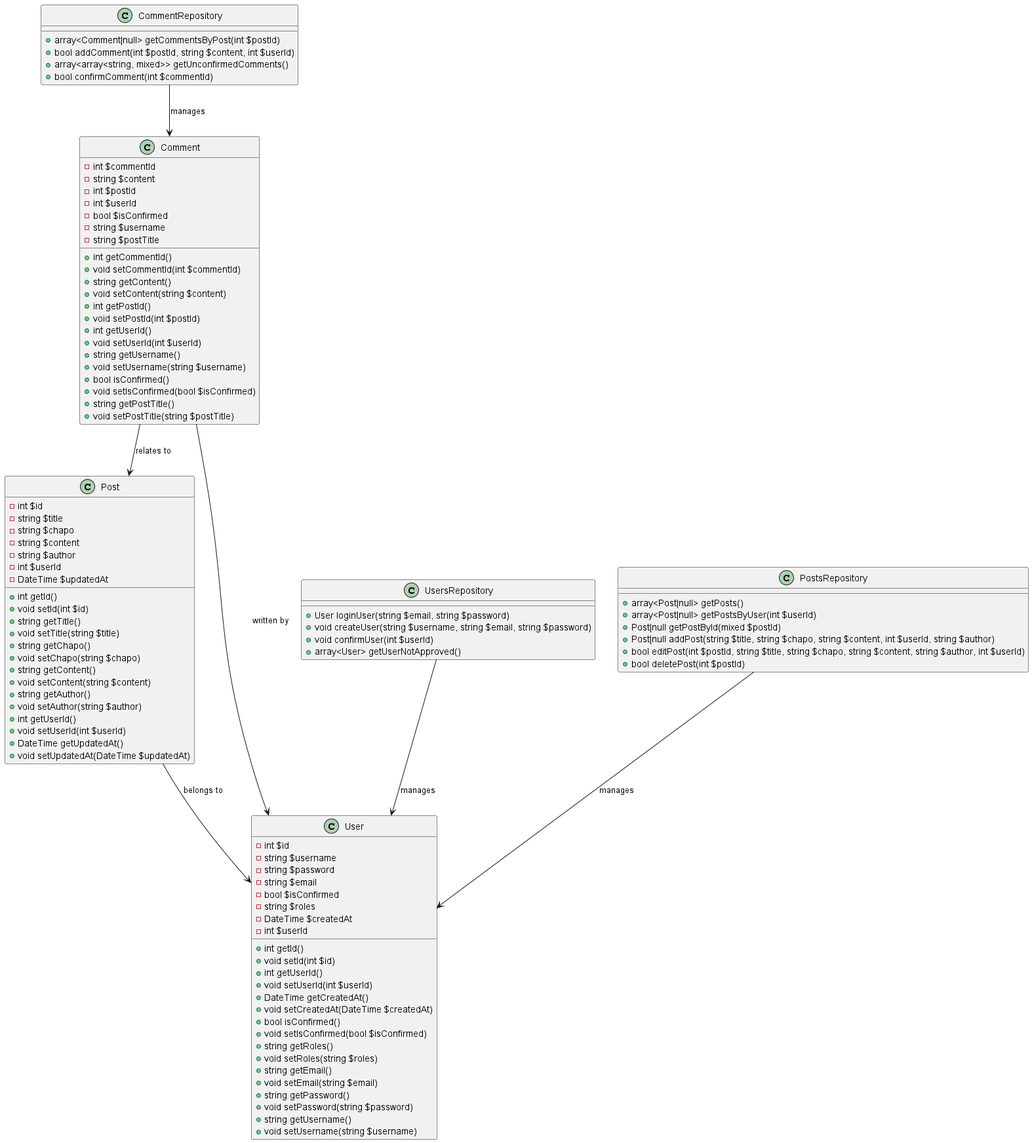
Earlier version of the PlantUML export schémas/classe/diagrame_classe.png (Waarrez/Blog-PHP-Projet-Openclassrooms). The source it was exported from:
```plantuml
@startuml

class Post {
    -int $id
    -string $title
    -string $chapo
    -string $content
    -string $author
    -int $userId
    -DateTime $updatedAt

    +int getId()
    +void setId(int $id)
    +string getTitle()
    +void setTitle(string $title)
    +string getChapo()
    +void setChapo(string $chapo)
    +string getContent()
    +void setContent(string $content)
    +string getAuthor()
    +void setAuthor(string $author)
    +int getUserId()
    +void setUserId(int $userId)
    +DateTime getUpdatedAt()
    +void setUpdatedAt(DateTime $updatedAt)
}

class User {
    -int $id
    -string $username
    -string $password
    -string $email
    -bool $isConfirmed
    -string $roles
    -DateTime $createdAt
    -int $userId

    +int getId()
    +void setId(int $id)
    +int getUserId()
    +void setUserId(int $userId)
    +DateTime getCreatedAt()
    +void setCreatedAt(DateTime $createdAt)
    +bool isConfirmed()
    +void setIsConfirmed(bool $isConfirmed)
    +string getRoles()
    +void setRoles(string $roles)
    +string getEmail()
    +void setEmail(string $email)
    +string getPassword()
    +void setPassword(string $password)
    +string getUsername()
    +void setUsername(string $username)
}

class Comment {
    -int $commentId
    -string $content
    -int $postId
    -int $userId
    -bool $isConfirmed
    -string $username
    -string $postTitle

    +int getCommentId()
    +void setCommentId(int $commentId)
    +string getContent()
    +void setContent(string $content)
    +int getPostId()
    +void setPostId(int $postId)
    +int getUserId()
    +void setUserId(int $userId)
    +string getUsername()
    +void setUsername(string $username)
    +bool isConfirmed()
    +void setIsConfirmed(bool $isConfirmed)
    +string getPostTitle()
    +void setPostTitle(string $postTitle)
}

class UsersRepository {
    +User loginUser(string $email, string $password)
    +void createUser(string $username, string $email, string $password)
    +void confirmUser(int $userId)
    +array<User> getUserNotApproved()
}

class CommentRepository {
    +array<Comment|null> getCommentsByPost(int $postId)
    +bool addComment(int $postId, string $content, int $userId)
    +array<array<string, mixed>> getUnconfirmedComments()
    +bool confirmComment(int $commentId)
}

class PostsRepository {
    +array<Post|null> getPosts()
    +array<Post|null> getPostsByUser(int $userId)
    +Post|null getPostById(mixed $postId)
    +Post|null addPost(string $title, string $chapo, string $content, int $userId, string $author)
    +bool editPost(int $postId, string $title, string $chapo, string $content, string $author, int $userId)
    +bool deletePost(int $postId)
}

Post --> User : belongs to
Comment --> Post : relates to
Comment --> User : written by
PostsRepository --> User : manages
CommentRepository --> Comment : manages
UsersRepository --> User : manages

@enduml
```
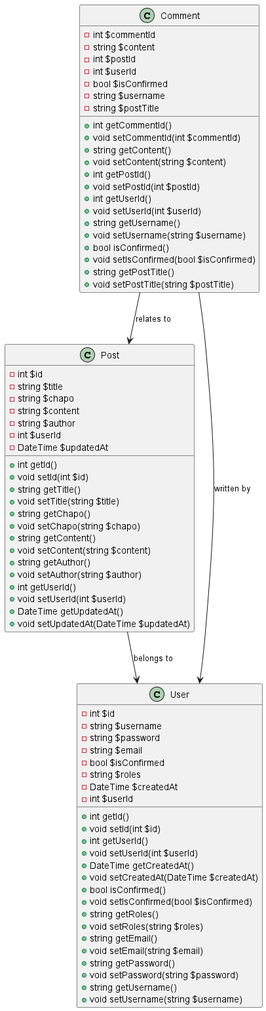
After the commit.

Commit message:
change sql file & schemas

The edit, as a diff of the source:
```diff
@@ -78,34 +78,8 @@
     +void setPostTitle(string $postTitle)
 }
 
-class UsersRepository {
-    +User loginUser(string $email, string $password)
-    +void createUser(string $username, string $email, string $password)
-    +void confirmUser(int $userId)
-    +array<User> getUserNotApproved()
-}
-
-class CommentRepository {
-    +array<Comment|null> getCommentsByPost(int $postId)
-    +bool addComment(int $postId, string $content, int $userId)
-    +array<array<string, mixed>> getUnconfirmedComments()
-    +bool confirmComment(int $commentId)
-}
-
-class PostsRepository {
-    +array<Post|null> getPosts()
-    +array<Post|null> getPostsByUser(int $userId)
-    +Post|null getPostById(mixed $postId)
-    +Post|null addPost(string $title, string $chapo, string $content, int $userId, string $author)
-    +bool editPost(int $postId, string $title, string $chapo, string $content, string $author, int $userId)
-    +bool deletePost(int $postId)
-}
-
 Post --> User : belongs to
 Comment --> Post : relates to
 Comment --> User : written by
-PostsRepository --> User : manages
-CommentRepository --> Comment : manages
-UsersRepository --> User : manages
 
 @enduml
```
